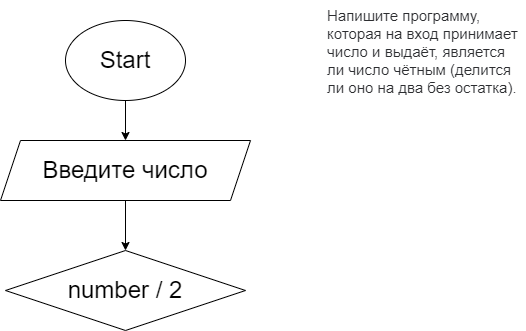
The draw.io diagram Task103/diagram.drawio.png in DmitriyMorin/HomeWork, before a commit. Source tidied: cells renumbered, new cells last; positions are measured from the earlier drawing's top-left corner, leaving out a move shared by most shapes. Source of this version:
```xml
<mxGraphModel>
  <root>
    <mxCell id="0" />
    <mxCell id="1" parent="0" />
    <mxCell id="2" value="&lt;span style=&quot;color: rgb(44, 45, 48); font-family: roboto, &amp;quot;san francisco&amp;quot;, &amp;quot;helvetica neue&amp;quot;, helvetica, arial; font-size: 15px; font-style: normal; font-weight: 400; letter-spacing: normal; text-indent: 0px; text-transform: none; word-spacing: 0px; background-color: rgb(255, 255, 255); display: inline; float: none;&quot;&gt;Напишите программу, которая на вход принимает число и выдаёт, является ли число чётным (делится ли оно на два без остатка).&lt;/span&gt;" style="text;whiteSpace=wrap;html=1;" parent="1" vertex="1">
      <mxGeometry x="325" width="200" height="120" as="geometry" />
    </mxCell>
    <mxCell id="3" style="edgeStyle=none;html=1;exitX=0.5;exitY=1;exitDx=0;exitDy=0;fontSize=24;" parent="1" edge="1" source="4" target="6">
      <mxGeometry relative="1" as="geometry" />
    </mxCell>
    <mxCell id="4" value="Start" style="ellipse;whiteSpace=wrap;html=1;fontSize=24;" parent="1" vertex="1">
      <mxGeometry x="65" y="20" width="120" height="80" as="geometry" />
    </mxCell>
    <mxCell id="5" style="edgeStyle=none;html=1;exitX=0.5;exitY=1;exitDx=0;exitDy=0;entryX=0.5;entryY=0;entryDx=0;entryDy=0;fontSize=24;" parent="1" edge="1" source="6" target="7">
      <mxGeometry relative="1" as="geometry" />
    </mxCell>
    <mxCell id="6" value="Введите число&lt;br&gt;" style="shape=parallelogram;perimeter=parallelogramPerimeter;whiteSpace=wrap;html=1;fixedSize=1;fontSize=24;" parent="1" vertex="1">
      <mxGeometry y="140" width="250" height="60" as="geometry" />
    </mxCell>
    <mxCell id="7" value="number / 2&lt;br&gt;" style="rhombus;whiteSpace=wrap;html=1;fontSize=24;" parent="1" vertex="1">
      <mxGeometry x="5" y="250" width="240" height="80" as="geometry" />
    </mxCell>
  </root>
</mxGraphModel>
```
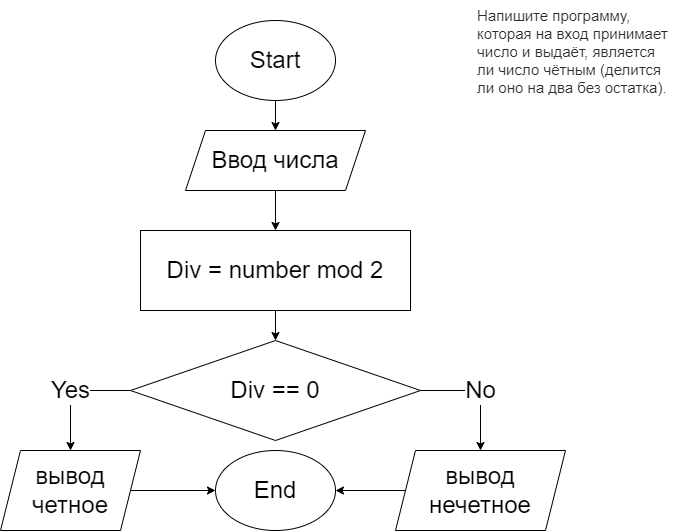
The same diagram one commit later.

The edit, as a diff of the source:
```diff
@@ -5,20 +5,55 @@
     <mxCell id="2" value="&lt;span style=&quot;color: rgb(44, 45, 48); font-family: roboto, &amp;quot;san francisco&amp;quot;, &amp;quot;helvetica neue&amp;quot;, helvetica, arial; font-size: 15px; font-style: normal; font-weight: 400; letter-spacing: normal; text-indent: 0px; text-transform: none; word-spacing: 0px; background-color: rgb(255, 255, 255); display: inline; float: none;&quot;&gt;Напишите программу, которая на вход принимает число и выдаёт, является ли число чётным (делится ли оно на два без остатка).&lt;/span&gt;" style="text;whiteSpace=wrap;html=1;" parent="1" vertex="1">
       <mxGeometry x="325" width="200" height="120" as="geometry" />
     </mxCell>
-    <mxCell id="3" style="edgeStyle=none;html=1;exitX=0.5;exitY=1;exitDx=0;exitDy=0;fontSize=24;" parent="1" edge="1" source="4" target="6">
-      <mxGeometry relative="1" as="geometry" />
-    </mxCell>
+    <mxCell id="8" style="edgeStyle=none;html=1;exitX=0.5;exitY=1;exitDx=0;exitDy=0;entryX=0.5;entryY=0;entryDx=0;entryDy=0;fontSize=24;" parent="1" edge="1" source="4" target="11">
+      <mxGeometry relative="1" as="geometry" />
+    </mxCell>
     <mxCell id="4" value="Start" style="ellipse;whiteSpace=wrap;html=1;fontSize=24;" parent="1" vertex="1">
       <mxGeometry x="65" y="20" width="120" height="80" as="geometry" />
     </mxCell>
-    <mxCell id="5" style="edgeStyle=none;html=1;exitX=0.5;exitY=1;exitDx=0;exitDy=0;entryX=0.5;entryY=0;entryDx=0;entryDy=0;fontSize=24;" parent="1" edge="1" source="6" target="7">
-      <mxGeometry relative="1" as="geometry" />
-    </mxCell>
-    <mxCell id="6" value="Введите число&lt;br&gt;" style="shape=parallelogram;perimeter=parallelogramPerimeter;whiteSpace=wrap;html=1;fixedSize=1;fontSize=24;" parent="1" vertex="1">
-      <mxGeometry y="140" width="250" height="60" as="geometry" />
-    </mxCell>
-    <mxCell id="7" value="number / 2&lt;br&gt;" style="rhombus;whiteSpace=wrap;html=1;fontSize=24;" parent="1" vertex="1">
-      <mxGeometry x="5" y="250" width="240" height="80" as="geometry" />
-    </mxCell>
+    <mxCell id="9" value="End&lt;br&gt;" style="ellipse;whiteSpace=wrap;html=1;fontSize=24;" parent="1" vertex="1">
+      <mxGeometry x="65" y="450" width="120" height="80" as="geometry" />
+    </mxCell>
+    <mxCell id="10" style="edgeStyle=none;html=1;exitX=0.5;exitY=1;exitDx=0;exitDy=0;entryX=0.5;entryY=0;entryDx=0;entryDy=0;fontSize=24;" parent="1" edge="1" source="11" target="13">
+      <mxGeometry relative="1" as="geometry" />
+    </mxCell>
+    <mxCell id="11" value="Ввод числа" style="shape=parallelogram;perimeter=parallelogramPerimeter;whiteSpace=wrap;html=1;fixedSize=1;fontSize=24;" parent="1" vertex="1">
+      <mxGeometry x="35" y="130" width="180" height="60" as="geometry" />
+    </mxCell>
+    <mxCell id="12" style="edgeStyle=none;html=1;exitX=0.5;exitY=1;exitDx=0;exitDy=0;entryX=0.5;entryY=0;entryDx=0;entryDy=0;fontSize=24;" parent="1" edge="1" source="13" target="16">
+      <mxGeometry relative="1" as="geometry" />
+    </mxCell>
+    <mxCell id="13" value="Div = number mod 2" style="rounded=0;whiteSpace=wrap;html=1;fontSize=24;" parent="1" vertex="1">
+      <mxGeometry x="-10" y="230" width="270" height="80" as="geometry" />
+    </mxCell>
+    <mxCell id="14" value="Yes" style="edgeStyle=none;html=1;exitX=0;exitY=0.5;exitDx=0;exitDy=0;entryX=0.5;entryY=0;entryDx=0;entryDy=0;fontSize=24;" parent="1" edge="1" source="16" target="18">
+      <mxGeometry relative="1" as="geometry">
+        <Array as="points">
+          <mxPoint x="-80" y="390" />
+        </Array>
+      </mxGeometry>
+    </mxCell>
+    <mxCell id="15" value="No" style="edgeStyle=none;html=1;exitX=1;exitY=0.5;exitDx=0;exitDy=0;entryX=0.5;entryY=0;entryDx=0;entryDy=0;fontSize=24;" parent="1" edge="1" source="16" target="20">
+      <mxGeometry relative="1" as="geometry">
+        <Array as="points">
+          <mxPoint x="330" y="390" />
+        </Array>
+      </mxGeometry>
+    </mxCell>
+    <mxCell id="16" value="Div == 0" style="rhombus;whiteSpace=wrap;html=1;fontSize=24;" parent="1" vertex="1">
+      <mxGeometry x="-20" y="340" width="290" height="100" as="geometry" />
+    </mxCell>
+    <mxCell id="17" style="edgeStyle=none;html=1;exitX=1;exitY=0.5;exitDx=0;exitDy=0;entryX=0;entryY=0.5;entryDx=0;entryDy=0;fontSize=24;" parent="1" edge="1" source="18" target="9">
+      <mxGeometry relative="1" as="geometry" />
+    </mxCell>
+    <mxCell id="18" value="вывод четное" style="shape=parallelogram;perimeter=parallelogramPerimeter;whiteSpace=wrap;html=1;fixedSize=1;fontSize=24;" parent="1" vertex="1">
+      <mxGeometry x="-150" y="450" width="140" height="80" as="geometry" />
+    </mxCell>
+    <mxCell id="19" style="edgeStyle=none;html=1;exitX=0;exitY=0.5;exitDx=0;exitDy=0;entryX=1;entryY=0.5;entryDx=0;entryDy=0;fontSize=24;" parent="1" edge="1" source="20" target="9">
+      <mxGeometry relative="1" as="geometry" />
+    </mxCell>
+    <mxCell id="20" value="вывод нечетное&lt;br&gt;" style="shape=parallelogram;perimeter=parallelogramPerimeter;whiteSpace=wrap;html=1;fixedSize=1;fontSize=24;" parent="1" vertex="1">
+      <mxGeometry x="245" y="450" width="170" height="80" as="geometry" />
+    </mxCell>
   </root>
 </mxGraphModel>
```
